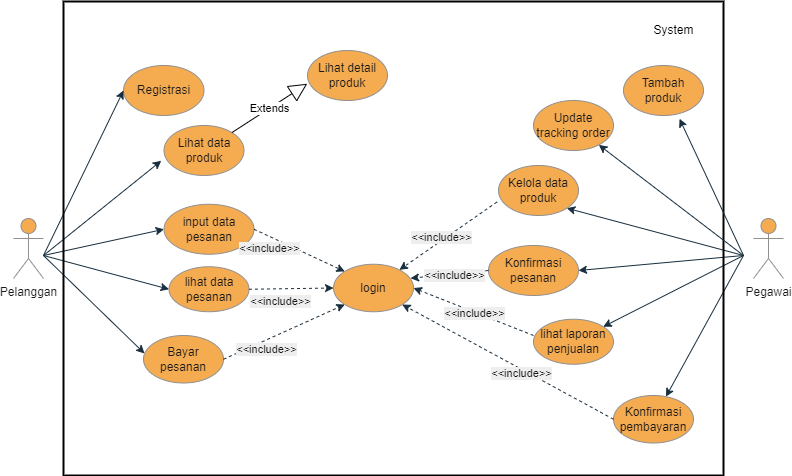
The draw.io diagram Revisi 2/diagram/diagram mix 28 des-use case diagram.drawio.png in Maratussholikha11/TUGAS-AKHIR-MAR2, before a commit. Source tidied: cells renumbered, new cells last; positions are measured from the earlier drawing's top-left corner, leaving out a move shared by most shapes. Source of this version:
```xml
<mxGraphModel>
  <root>
    <mxCell id="0" />
    <mxCell id="1" parent="0" />
    <mxCell id="2" value="Pelanggan" style="shape=umlActor;verticalLabelPosition=bottom;verticalAlign=top;html=1;fillColor=#F5AB50;strokeColor=#909090;fontColor=#1A1A1A;" parent="1" vertex="1">
      <mxGeometry y="217" width="30" height="60" as="geometry" />
    </mxCell>
    <mxCell id="3" value="login" style="ellipse;whiteSpace=wrap;html=1;fillColor=#F5AB50;strokeColor=#909090;fontColor=#1A1A1A;" parent="1" vertex="1">
      <mxGeometry x="320" y="262.8" width="80" height="47.5" as="geometry" />
    </mxCell>
    <mxCell id="4" value="lihat data pesanan" style="ellipse;whiteSpace=wrap;html=1;fillColor=#F5AB50;strokeColor=#909090;fontColor=#1A1A1A;" parent="1" vertex="1">
      <mxGeometry x="155.5" y="265.2" width="80" height="45" as="geometry" />
    </mxCell>
    <mxCell id="5" value="Lihat data produk" style="ellipse;whiteSpace=wrap;html=1;fillColor=#F5AB50;strokeColor=#909090;fontColor=#1A1A1A;" parent="1" vertex="1">
      <mxGeometry x="150.5" y="124" width="80" height="50" as="geometry" />
    </mxCell>
    <mxCell id="6" value="input data pesanan" style="ellipse;whiteSpace=wrap;html=1;fillColor=#F5AB50;strokeColor=#909090;fontColor=#1A1A1A;" parent="1" vertex="1">
      <mxGeometry x="150.5" y="202.8" width="90" height="50" as="geometry" />
    </mxCell>
    <mxCell id="7" value="Bayar pesanan" style="ellipse;whiteSpace=wrap;html=1;fillColor=#F5AB50;strokeColor=#909090;fontColor=#1A1A1A;" parent="1" vertex="1">
      <mxGeometry x="130" y="334" width="80" height="47.5" as="geometry" />
    </mxCell>
    <mxCell id="8" style="endArrow=classic;html=1;rounded=0;dashed=1;entryX=0;entryY=0;entryDx=0;entryDy=0;labelBackgroundColor=#EEEEEE;strokeColor=#182E3E;fontColor=#1A1A1A;exitX=1;exitY=0.5;exitDx=0;exitDy=0;" parent="1" edge="1" source="6" target="3">
      <mxGeometry relative="1" as="geometry" />
    </mxCell>
    <mxCell id="9" value="&amp;lt;&amp;lt;include&amp;gt;&amp;gt;" style="edgeLabel;html=1;align=center;verticalAlign=middle;labelBackgroundColor=#EEEEEE;fontColor=#1A1A1A;" parent="8" vertex="1">
      <mxGeometry x="-0.09" relative="1" as="geometry">
        <mxPoint x="-26" as="offset" />
      </mxGeometry>
    </mxCell>
    <mxCell id="10" style="endArrow=classic;html=1;rounded=0;dashed=1;exitX=1;exitY=0.5;exitDx=0;exitDy=0;labelBackgroundColor=#EEEEEE;strokeColor=#182E3E;fontColor=#1A1A1A;entryX=0;entryY=1;entryDx=0;entryDy=0;" parent="1" edge="1" source="7" target="3">
      <mxGeometry relative="1" as="geometry" />
    </mxCell>
    <mxCell id="11" value="&amp;lt;&amp;lt;include&amp;gt;&amp;gt;" style="edgeLabel;html=1;align=center;verticalAlign=middle;labelBackgroundColor=#EEEEEE;fontColor=#1A1A1A;" parent="10" vertex="1">
      <mxGeometry x="-0.24" relative="1" as="geometry">
        <mxPoint x="-4" y="11" as="offset" />
      </mxGeometry>
    </mxCell>
    <mxCell id="12" style="endArrow=classic;html=1;rounded=0;dashed=1;exitX=1;exitY=0.5;exitDx=0;exitDy=0;labelBackgroundColor=#EEEEEE;strokeColor=#182E3E;fontColor=#1A1A1A;entryX=0;entryY=0.5;entryDx=0;entryDy=0;" parent="1" edge="1" source="4" target="3">
      <mxGeometry relative="1" as="geometry" />
    </mxCell>
    <mxCell id="13" value="&amp;lt;&amp;lt;include&amp;gt;&amp;gt;" style="edgeLabel;html=1;align=center;verticalAlign=middle;labelBackgroundColor=#EEEEEE;fontColor=#1A1A1A;" parent="12" vertex="1">
      <mxGeometry x="-0.27" y="-3" relative="1" as="geometry">
        <mxPoint y="9" as="offset" />
      </mxGeometry>
    </mxCell>
    <mxCell id="14" style="endArrow=classic;html=1;rounded=0;labelBackgroundColor=#EEEEEE;strokeColor=#182E3E;fontColor=#1A1A1A;entryX=-0.034;entryY=0.705;entryDx=0;entryDy=0;entryPerimeter=0;" parent="1" edge="1" target="5">
      <mxGeometry relative="1" as="geometry">
        <mxPoint x="30" y="254" as="sourcePoint" />
      </mxGeometry>
    </mxCell>
    <mxCell id="15" style="endArrow=classic;html=1;rounded=0;entryX=0;entryY=0.5;entryDx=0;entryDy=0;labelBackgroundColor=#EEEEEE;strokeColor=#182E3E;fontColor=#1A1A1A;" parent="1" edge="1" target="6">
      <mxGeometry relative="1" as="geometry">
        <mxPoint x="30" y="254" as="sourcePoint" />
      </mxGeometry>
    </mxCell>
    <mxCell id="16" style="endArrow=classic;html=1;rounded=0;labelBackgroundColor=#EEEEEE;strokeColor=#182E3E;fontColor=#1A1A1A;entryX=0;entryY=0.5;entryDx=0;entryDy=0;" parent="1" edge="1" target="4">
      <mxGeometry relative="1" as="geometry">
        <mxPoint x="30" y="254" as="sourcePoint" />
      </mxGeometry>
    </mxCell>
    <mxCell id="17" style="endArrow=classic;html=1;rounded=0;entryX=0.013;entryY=0.379;entryDx=0;entryDy=0;entryPerimeter=0;labelBackgroundColor=#EEEEEE;strokeColor=#182E3E;fontColor=#1A1A1A;" parent="1" edge="1" target="7">
      <mxGeometry relative="1" as="geometry">
        <mxPoint x="30" y="254" as="sourcePoint" />
      </mxGeometry>
    </mxCell>
    <mxCell id="18" value="Registrasi" style="ellipse;whiteSpace=wrap;html=1;fillColor=#F5AB50;strokeColor=#909090;fontColor=#1A1A1A;" parent="1" vertex="1">
      <mxGeometry x="110" y="64" width="80.5" height="50" as="geometry" />
    </mxCell>
    <mxCell id="19" style="endArrow=classic;html=1;rounded=0;labelBackgroundColor=#EEEEEE;strokeColor=#182E3E;fontColor=#1A1A1A;entryX=0;entryY=0.5;entryDx=0;entryDy=0;" parent="1" edge="1" target="18">
      <mxGeometry relative="1" as="geometry">
        <mxPoint x="30" y="254" as="sourcePoint" />
      </mxGeometry>
    </mxCell>
    <mxCell id="20" value="Pegawai" style="shape=umlActor;verticalLabelPosition=bottom;verticalAlign=top;html=1;fillColor=#F5AB50;strokeColor=#909090;fontColor=#1A1A1A;" parent="1" vertex="1">
      <mxGeometry x="740" y="217" width="30" height="60" as="geometry" />
    </mxCell>
    <mxCell id="21" value="lihat laporan penjualan" style="ellipse;whiteSpace=wrap;html=1;fillColor=#F5AB50;strokeColor=#909090;fontColor=#1A1A1A;" parent="1" vertex="1">
      <mxGeometry x="520" y="317.8" width="80" height="45" as="geometry" />
    </mxCell>
    <mxCell id="22" value="Kelola data produk" style="ellipse;whiteSpace=wrap;html=1;fillColor=#F5AB50;strokeColor=#909090;fontColor=#1A1A1A;" parent="1" vertex="1">
      <mxGeometry x="485" y="164" width="80" height="50" as="geometry" />
    </mxCell>
    <mxCell id="23" value="Konfirmasi pesanan" style="ellipse;whiteSpace=wrap;html=1;fillColor=#F5AB50;strokeColor=#909090;fontColor=#1A1A1A;" parent="1" vertex="1">
      <mxGeometry x="475" y="244" width="90" height="50" as="geometry" />
    </mxCell>
    <mxCell id="24" value="Konfirmasi pembayaran" style="ellipse;whiteSpace=wrap;html=1;fillColor=#F5AB50;strokeColor=#909090;fontColor=#1A1A1A;" parent="1" vertex="1">
      <mxGeometry x="600" y="394" width="80" height="47.5" as="geometry" />
    </mxCell>
    <mxCell id="25" style="endArrow=classic;html=1;rounded=0;dashed=1;labelBackgroundColor=#EEEEEE;strokeColor=#182E3E;fontColor=#1A1A1A;exitX=-0.019;exitY=0.73;exitDx=0;exitDy=0;exitPerimeter=0;" parent="1" edge="1" source="22" target="3">
      <mxGeometry relative="1" as="geometry" />
    </mxCell>
    <mxCell id="26" value="&amp;lt;&amp;lt;include&amp;gt;&amp;gt;" style="edgeLabel;html=1;align=center;verticalAlign=middle;labelBackgroundColor=#EEEEEE;fontColor=#1A1A1A;" parent="25" vertex="1">
      <mxGeometry x="-0.04" y="2" relative="1" as="geometry">
        <mxPoint x="-10" y="1" as="offset" />
      </mxGeometry>
    </mxCell>
    <mxCell id="27" style="endArrow=classic;html=1;rounded=0;dashed=1;labelBackgroundColor=#EEEEEE;strokeColor=#182E3E;fontColor=#1A1A1A;exitX=0;exitY=0.5;exitDx=0;exitDy=0;entryX=0.963;entryY=0.295;entryDx=0;entryDy=0;entryPerimeter=0;" parent="1" edge="1" source="23" target="3">
      <mxGeometry relative="1" as="geometry" />
    </mxCell>
    <mxCell id="28" value="&amp;lt;&amp;lt;include&amp;gt;&amp;gt;" style="edgeLabel;html=1;align=center;verticalAlign=middle;labelBackgroundColor=#EEEEEE;fontColor=#1A1A1A;" parent="27" vertex="1">
      <mxGeometry x="-0.09" relative="1" as="geometry">
        <mxPoint x="1" y="1" as="offset" />
      </mxGeometry>
    </mxCell>
    <mxCell id="29" style="endArrow=classic;html=1;rounded=0;dashed=1;labelBackgroundColor=#EEEEEE;strokeColor=#182E3E;fontColor=#1A1A1A;entryX=1;entryY=0.5;entryDx=0;entryDy=0;exitX=0;exitY=0.361;exitDx=0;exitDy=0;exitPerimeter=0;" parent="1" edge="1" source="21" target="3">
      <mxGeometry relative="1" as="geometry" />
    </mxCell>
    <mxCell id="30" value="&amp;lt;&amp;lt;include&amp;gt;&amp;gt;" style="edgeLabel;html=1;align=center;verticalAlign=middle;labelBackgroundColor=#EEEEEE;fontColor=#1A1A1A;" parent="29" vertex="1">
      <mxGeometry x="-0.27" y="-3" relative="1" as="geometry">
        <mxPoint x="-17" y="-2" as="offset" />
      </mxGeometry>
    </mxCell>
    <mxCell id="31" style="endArrow=classic;html=1;rounded=0;labelBackgroundColor=#EEEEEE;strokeColor=#182E3E;fontColor=#1A1A1A;entryX=1;entryY=1;entryDx=0;entryDy=0;" parent="1" edge="1" target="22">
      <mxGeometry relative="1" as="geometry">
        <mxPoint x="730" y="254" as="sourcePoint" />
      </mxGeometry>
    </mxCell>
    <mxCell id="32" style="endArrow=classic;html=1;rounded=0;entryX=1;entryY=0.5;entryDx=0;entryDy=0;labelBackgroundColor=#EEEEEE;strokeColor=#182E3E;fontColor=#1A1A1A;" parent="1" edge="1" target="23">
      <mxGeometry relative="1" as="geometry">
        <mxPoint x="730" y="254" as="sourcePoint" />
      </mxGeometry>
    </mxCell>
    <mxCell id="33" style="endArrow=classic;html=1;rounded=0;labelBackgroundColor=#EEEEEE;strokeColor=#182E3E;fontColor=#1A1A1A;" parent="1" edge="1" target="21">
      <mxGeometry relative="1" as="geometry">
        <mxPoint x="730" y="254" as="sourcePoint" />
      </mxGeometry>
    </mxCell>
    <mxCell id="34" style="endArrow=classic;html=1;rounded=0;labelBackgroundColor=#EEEEEE;strokeColor=#182E3E;fontColor=#1A1A1A;" parent="1" edge="1" target="24">
      <mxGeometry relative="1" as="geometry">
        <mxPoint x="730" y="254" as="sourcePoint" />
      </mxGeometry>
    </mxCell>
    <mxCell id="35" style="rounded=0;whiteSpace=wrap;html=1;fillStyle=auto;strokeWidth=2;fillColor=none;" parent="1" vertex="1">
      <mxGeometry x="50" width="660" height="474" as="geometry" />
    </mxCell>
    <mxCell id="36" value="System" style="text;html=1;align=center;verticalAlign=middle;strokeColor=none;fillColor=none;" parent="1" vertex="1">
      <mxGeometry x="630" y="14" width="60" height="30" as="geometry" />
    </mxCell>
    <mxCell id="37" value="Extends" style="endArrow=block;endSize=16;endFill=0;html=1;rounded=0;entryX=-0.003;entryY=0.665;entryDx=0;entryDy=0;entryPerimeter=0;" parent="1" edge="1" source="5" target="38">
      <mxGeometry relative="1" as="geometry" />
    </mxCell>
    <mxCell id="38" value="Lihat detail produk" style="ellipse;whiteSpace=wrap;html=1;fillColor=#F5AB50;strokeColor=#909090;fontColor=#1A1A1A;" parent="1" vertex="1">
      <mxGeometry x="294" y="49" width="80" height="50" as="geometry" />
    </mxCell>
    <mxCell id="39" value="Tambah produk" style="ellipse;whiteSpace=wrap;html=1;fillColor=#F5AB50;strokeColor=#909090;fontColor=#1A1A1A;" parent="1" vertex="1">
      <mxGeometry x="610" y="64" width="80" height="50" as="geometry" />
    </mxCell>
    <mxCell id="40" value="Update tracking order" style="ellipse;whiteSpace=wrap;html=1;fillColor=#F5AB50;strokeColor=#909090;fontColor=#1A1A1A;" parent="1" vertex="1">
      <mxGeometry x="520" y="99" width="80" height="50" as="geometry" />
    </mxCell>
    <mxCell id="41" style="endArrow=classic;html=1;rounded=0;dashed=1;labelBackgroundColor=#EEEEEE;strokeColor=#182E3E;fontColor=#1A1A1A;entryX=1;entryY=1;entryDx=0;entryDy=0;exitX=0;exitY=0.5;exitDx=0;exitDy=0;" parent="1" edge="1" source="24" target="3">
      <mxGeometry relative="1" as="geometry" />
    </mxCell>
    <mxCell id="42" value="&amp;lt;&amp;lt;include&amp;gt;&amp;gt;" style="edgeLabel;html=1;align=center;verticalAlign=middle;labelBackgroundColor=#EEEEEE;fontColor=#1A1A1A;" parent="41" vertex="1">
      <mxGeometry x="-0.27" y="-3" relative="1" as="geometry">
        <mxPoint x="-17" y="-2" as="offset" />
      </mxGeometry>
    </mxCell>
    <mxCell id="43" style="endArrow=classic;html=1;rounded=0;labelBackgroundColor=#EEEEEE;strokeColor=#182E3E;fontColor=#1A1A1A;entryX=0.7;entryY=1.065;entryDx=0;entryDy=0;entryPerimeter=0;" parent="1" edge="1" target="39">
      <mxGeometry relative="1" as="geometry">
        <mxPoint x="730" y="254" as="sourcePoint" />
      </mxGeometry>
    </mxCell>
    <mxCell id="44" style="endArrow=classic;html=1;rounded=0;labelBackgroundColor=#EEEEEE;strokeColor=#182E3E;fontColor=#1A1A1A;" parent="1" edge="1" target="40">
      <mxGeometry relative="1" as="geometry">
        <mxPoint x="730" y="254" as="sourcePoint" />
      </mxGeometry>
    </mxCell>
  </root>
</mxGraphModel>
```
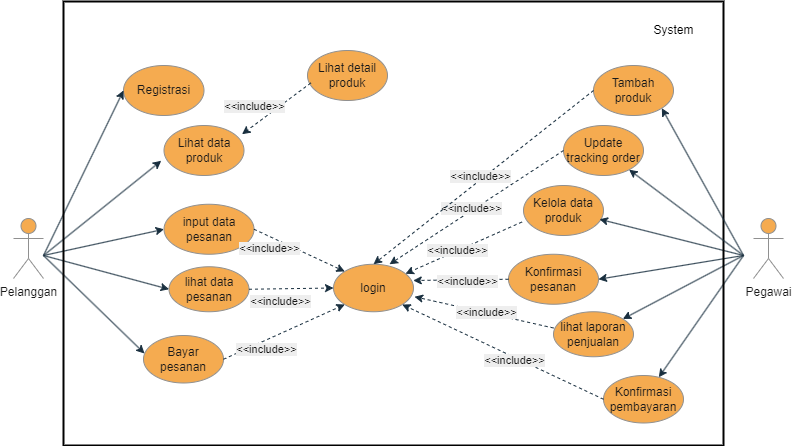
Above is the later version.

Diff of the diagram source:
```diff
@@ -76,16 +76,16 @@
       <mxGeometry x="740" y="217" width="30" height="60" as="geometry" />
     </mxCell>
     <mxCell id="21" value="lihat laporan penjualan" style="ellipse;whiteSpace=wrap;html=1;fillColor=#F5AB50;strokeColor=#909090;fontColor=#1A1A1A;" parent="1" vertex="1">
-      <mxGeometry x="520" y="317.8" width="80" height="45" as="geometry" />
+      <mxGeometry x="540" y="310.2" width="80" height="45" as="geometry" />
     </mxCell>
     <mxCell id="22" value="Kelola data produk" style="ellipse;whiteSpace=wrap;html=1;fillColor=#F5AB50;strokeColor=#909090;fontColor=#1A1A1A;" parent="1" vertex="1">
-      <mxGeometry x="485" y="164" width="80" height="50" as="geometry" />
+      <mxGeometry x="510" y="184" width="80" height="50" as="geometry" />
     </mxCell>
     <mxCell id="23" value="Konfirmasi pesanan" style="ellipse;whiteSpace=wrap;html=1;fillColor=#F5AB50;strokeColor=#909090;fontColor=#1A1A1A;" parent="1" vertex="1">
-      <mxGeometry x="475" y="244" width="90" height="50" as="geometry" />
+      <mxGeometry x="495" y="252.8" width="90" height="50" as="geometry" />
     </mxCell>
     <mxCell id="24" value="Konfirmasi pembayaran" style="ellipse;whiteSpace=wrap;html=1;fillColor=#F5AB50;strokeColor=#909090;fontColor=#1A1A1A;" parent="1" vertex="1">
-      <mxGeometry x="600" y="394" width="80" height="47.5" as="geometry" />
+      <mxGeometry x="590" y="374" width="80" height="47.5" as="geometry" />
     </mxCell>
     <mxCell id="25" style="endArrow=classic;html=1;rounded=0;dashed=1;labelBackgroundColor=#EEEEEE;strokeColor=#182E3E;fontColor=#1A1A1A;exitX=-0.019;exitY=0.73;exitDx=0;exitDy=0;exitPerimeter=0;" parent="1" edge="1" source="22" target="3">
       <mxGeometry relative="1" as="geometry" />
@@ -95,7 +95,7 @@
         <mxPoint x="-10" y="1" as="offset" />
       </mxGeometry>
     </mxCell>
-    <mxCell id="27" style="endArrow=classic;html=1;rounded=0;dashed=1;labelBackgroundColor=#EEEEEE;strokeColor=#182E3E;fontColor=#1A1A1A;exitX=0;exitY=0.5;exitDx=0;exitDy=0;entryX=0.963;entryY=0.295;entryDx=0;entryDy=0;entryPerimeter=0;" parent="1" edge="1" source="23" target="3">
+    <mxCell id="27" style="endArrow=classic;html=1;rounded=0;dashed=1;labelBackgroundColor=#EEEEEE;strokeColor=#182E3E;fontColor=#1A1A1A;exitX=0;exitY=0.5;exitDx=0;exitDy=0;entryX=0.997;entryY=0.342;entryDx=0;entryDy=0;entryPerimeter=0;" parent="1" edge="1" source="23" target="3">
       <mxGeometry relative="1" as="geometry" />
     </mxCell>
     <mxCell id="28" value="&amp;lt;&amp;lt;include&amp;gt;&amp;gt;" style="edgeLabel;html=1;align=center;verticalAlign=middle;labelBackgroundColor=#EEEEEE;fontColor=#1A1A1A;" parent="27" vertex="1">
@@ -103,7 +103,7 @@
         <mxPoint x="1" y="1" as="offset" />
       </mxGeometry>
     </mxCell>
-    <mxCell id="29" style="endArrow=classic;html=1;rounded=0;dashed=1;labelBackgroundColor=#EEEEEE;strokeColor=#182E3E;fontColor=#1A1A1A;entryX=1;entryY=0.5;entryDx=0;entryDy=0;exitX=0;exitY=0.361;exitDx=0;exitDy=0;exitPerimeter=0;" parent="1" edge="1" source="21" target="3">
+    <mxCell id="29" style="endArrow=classic;html=1;rounded=0;dashed=1;labelBackgroundColor=#EEEEEE;strokeColor=#182E3E;fontColor=#1A1A1A;entryX=1.013;entryY=0.684;entryDx=0;entryDy=0;exitX=0;exitY=0.361;exitDx=0;exitDy=0;exitPerimeter=0;entryPerimeter=0;" parent="1" edge="1" source="21" target="3">
       <mxGeometry relative="1" as="geometry" />
     </mxCell>
     <mxCell id="30" value="&amp;lt;&amp;lt;include&amp;gt;&amp;gt;" style="edgeLabel;html=1;align=center;verticalAlign=middle;labelBackgroundColor=#EEEEEE;fontColor=#1A1A1A;" parent="29" vertex="1">
@@ -111,7 +111,7 @@
         <mxPoint x="-17" y="-2" as="offset" />
       </mxGeometry>
     </mxCell>
-    <mxCell id="31" style="endArrow=classic;html=1;rounded=0;labelBackgroundColor=#EEEEEE;strokeColor=#182E3E;fontColor=#1A1A1A;entryX=1;entryY=1;entryDx=0;entryDy=0;" parent="1" edge="1" target="22">
+    <mxCell id="31" style="endArrow=classic;html=1;rounded=0;labelBackgroundColor=#EEEEEE;strokeColor=#182E3E;fontColor=#1A1A1A;entryX=0.95;entryY=0.675;entryDx=0;entryDy=0;entryPerimeter=0;" parent="1" edge="1" target="22">
       <mxGeometry relative="1" as="geometry">
         <mxPoint x="730" y="254" as="sourcePoint" />
       </mxGeometry>
@@ -132,22 +132,19 @@
       </mxGeometry>
     </mxCell>
     <mxCell id="35" style="rounded=0;whiteSpace=wrap;html=1;fillStyle=auto;strokeWidth=2;fillColor=none;" parent="1" vertex="1">
-      <mxGeometry x="50" width="660" height="474" as="geometry" />
+      <mxGeometry x="50" width="660" height="444" as="geometry" />
     </mxCell>
     <mxCell id="36" value="System" style="text;html=1;align=center;verticalAlign=middle;strokeColor=none;fillColor=none;" parent="1" vertex="1">
       <mxGeometry x="630" y="14" width="60" height="30" as="geometry" />
     </mxCell>
-    <mxCell id="37" value="Extends" style="endArrow=block;endSize=16;endFill=0;html=1;rounded=0;entryX=-0.003;entryY=0.665;entryDx=0;entryDy=0;entryPerimeter=0;" parent="1" edge="1" source="5" target="38">
-      <mxGeometry relative="1" as="geometry" />
-    </mxCell>
     <mxCell id="38" value="Lihat detail produk" style="ellipse;whiteSpace=wrap;html=1;fillColor=#F5AB50;strokeColor=#909090;fontColor=#1A1A1A;" parent="1" vertex="1">
       <mxGeometry x="294" y="49" width="80" height="50" as="geometry" />
     </mxCell>
     <mxCell id="39" value="Tambah produk" style="ellipse;whiteSpace=wrap;html=1;fillColor=#F5AB50;strokeColor=#909090;fontColor=#1A1A1A;" parent="1" vertex="1">
-      <mxGeometry x="610" y="64" width="80" height="50" as="geometry" />
+      <mxGeometry x="580" y="64" width="80" height="50" as="geometry" />
     </mxCell>
     <mxCell id="40" value="Update tracking order" style="ellipse;whiteSpace=wrap;html=1;fillColor=#F5AB50;strokeColor=#909090;fontColor=#1A1A1A;" parent="1" vertex="1">
-      <mxGeometry x="520" y="99" width="80" height="50" as="geometry" />
+      <mxGeometry x="550" y="124" width="80" height="50" as="geometry" />
     </mxCell>
     <mxCell id="41" style="endArrow=classic;html=1;rounded=0;dashed=1;labelBackgroundColor=#EEEEEE;strokeColor=#182E3E;fontColor=#1A1A1A;entryX=1;entryY=1;entryDx=0;entryDy=0;exitX=0;exitY=0.5;exitDx=0;exitDy=0;" parent="1" edge="1" source="24" target="3">
       <mxGeometry relative="1" as="geometry" />
@@ -157,7 +154,7 @@
         <mxPoint x="-17" y="-2" as="offset" />
       </mxGeometry>
     </mxCell>
-    <mxCell id="43" style="endArrow=classic;html=1;rounded=0;labelBackgroundColor=#EEEEEE;strokeColor=#182E3E;fontColor=#1A1A1A;entryX=0.7;entryY=1.065;entryDx=0;entryDy=0;entryPerimeter=0;" parent="1" edge="1" target="39">
+    <mxCell id="43" style="endArrow=classic;html=1;rounded=0;labelBackgroundColor=#EEEEEE;strokeColor=#182E3E;fontColor=#1A1A1A;entryX=1;entryY=1;entryDx=0;entryDy=0;" parent="1" edge="1" target="39">
       <mxGeometry relative="1" as="geometry">
         <mxPoint x="730" y="254" as="sourcePoint" />
       </mxGeometry>
@@ -167,5 +164,29 @@
         <mxPoint x="730" y="254" as="sourcePoint" />
       </mxGeometry>
     </mxCell>
+    <mxCell id="45" style="endArrow=classic;html=1;rounded=0;dashed=1;entryX=0.975;entryY=0.175;entryDx=0;entryDy=0;labelBackgroundColor=#EEEEEE;strokeColor=#182E3E;fontColor=#1A1A1A;exitX=0.041;exitY=0.65;exitDx=0;exitDy=0;entryPerimeter=0;exitPerimeter=0;" parent="1" edge="1" source="38" target="5">
+      <mxGeometry relative="1" as="geometry" />
+    </mxCell>
+    <mxCell id="46" value="&amp;lt;&amp;lt;include&amp;gt;&amp;gt;" style="edgeLabel;html=1;align=center;verticalAlign=middle;labelBackgroundColor=#EEEEEE;fontColor=#1A1A1A;" parent="45" vertex="1">
+      <mxGeometry x="-0.09" relative="1" as="geometry">
+        <mxPoint x="-26" as="offset" />
+      </mxGeometry>
+    </mxCell>
+    <mxCell id="47" style="endArrow=classic;html=1;rounded=0;dashed=1;labelBackgroundColor=#EEEEEE;strokeColor=#182E3E;fontColor=#1A1A1A;exitX=0;exitY=0.5;exitDx=0;exitDy=0;entryX=0.7;entryY=0;entryDx=0;entryDy=0;entryPerimeter=0;" parent="1" edge="1" source="40" target="3">
+      <mxGeometry relative="1" as="geometry" />
+    </mxCell>
+    <mxCell id="48" value="&amp;lt;&amp;lt;include&amp;gt;&amp;gt;" style="edgeLabel;html=1;align=center;verticalAlign=middle;labelBackgroundColor=#EEEEEE;fontColor=#1A1A1A;" parent="47" vertex="1">
+      <mxGeometry x="-0.04" y="2" relative="1" as="geometry">
+        <mxPoint x="-10" y="1" as="offset" />
+      </mxGeometry>
+    </mxCell>
+    <mxCell id="49" style="endArrow=classic;html=1;rounded=0;dashed=1;labelBackgroundColor=#EEEEEE;strokeColor=#182E3E;fontColor=#1A1A1A;exitX=0;exitY=0.5;exitDx=0;exitDy=0;entryX=0.5;entryY=0;entryDx=0;entryDy=0;" parent="1" edge="1" source="39" target="3">
+      <mxGeometry relative="1" as="geometry" />
+    </mxCell>
+    <mxCell id="50" value="&amp;lt;&amp;lt;include&amp;gt;&amp;gt;" style="edgeLabel;html=1;align=center;verticalAlign=middle;labelBackgroundColor=#EEEEEE;fontColor=#1A1A1A;" parent="49" vertex="1">
+      <mxGeometry x="-0.04" y="2" relative="1" as="geometry">
+        <mxPoint x="-10" y="1" as="offset" />
+      </mxGeometry>
+    </mxCell>
   </root>
 </mxGraphModel>
```
